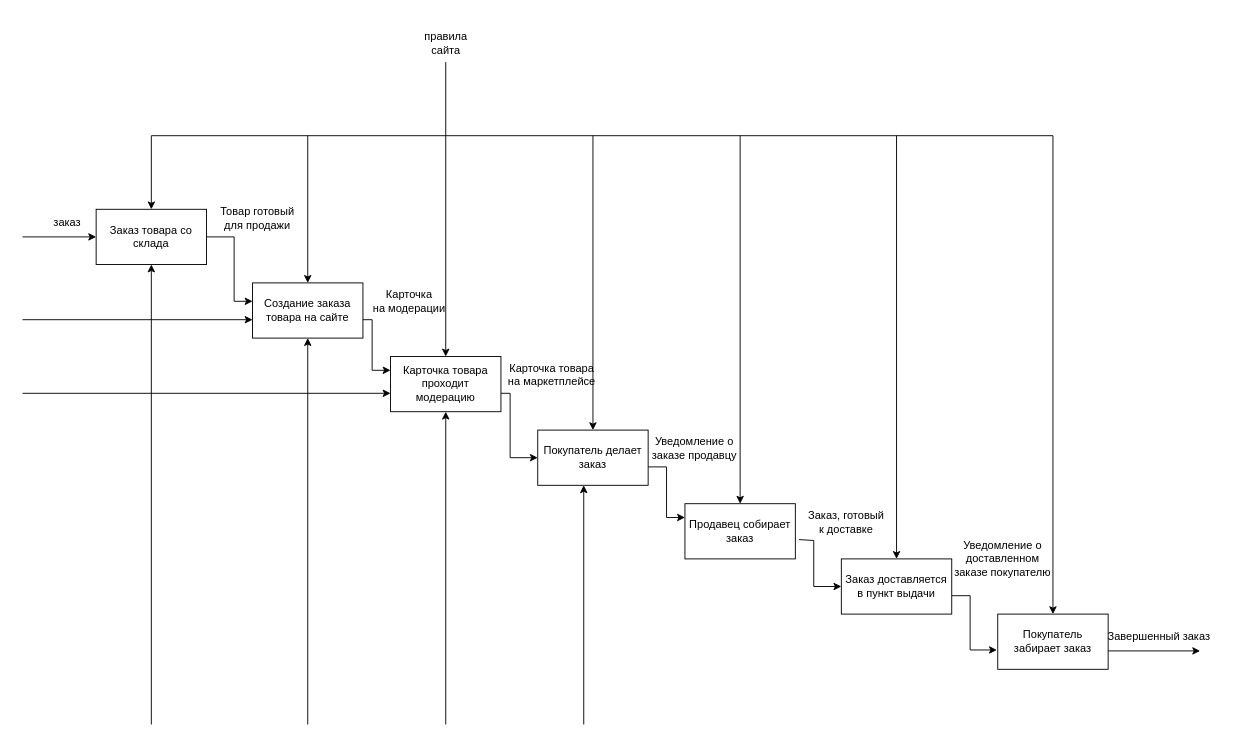
This is page "магазин чая" (3 of 3) of Диаграз названия.drawio from Ev0or/dontTouch, a draw.io file, before an edit. Source tidied: cells renumbered, new cells numbered last; positions are measured from the earlier drawing's top-left corner, leaving out a move shared by most shapes. Both pictures are drawn from the tidied source at 92%, with x=0, y=0 at pixel (22, 25).
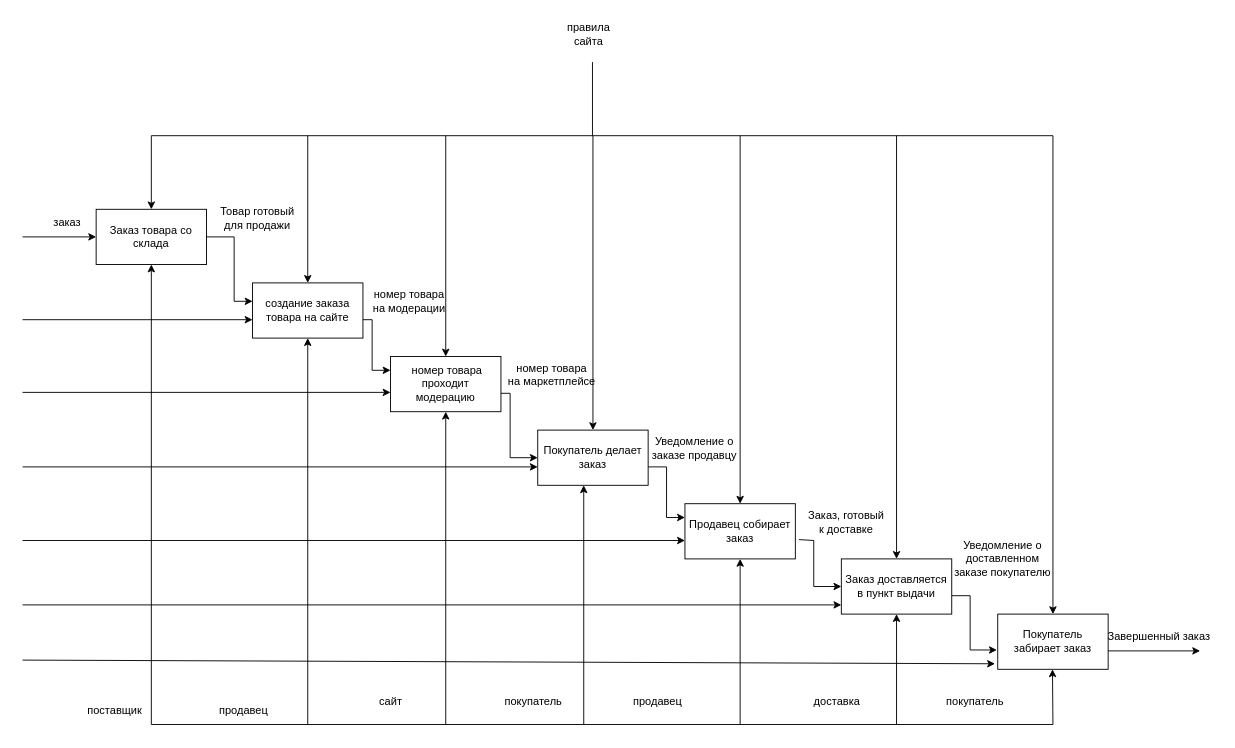
The same diagram, later.

The change refers to these unchanged cells:
```xml
<mxCell id="33" value="Покупатель забирает заказ" style="rounded=0;whiteSpace=wrap;html=1;" parent="1" vertex="1">
  <mxGeometry x="1060" y="640" width="120" height="60" as="geometry" />
</mxCell>
```

Diff of the diagram source:
```diff
@@
-    <mxCell id="3" value="Карточка товара проходит модерацию" style="rounded=0;whiteSpace=wrap;html=1;" parent="1" vertex="1">
+    <mxCell id="3" value="&amp;nbsp;номер товара проходит модерацию" style="rounded=0;whiteSpace=wrap;html=1;" parent="1" vertex="1">
       <mxGeometry x="400" y="360" width="120" height="60" as="geometry" />
     </mxCell>
@@
-    <mxCell id="5" value="Создание заказа товара на сайте" style="rounded=0;whiteSpace=wrap;html=1;" parent="1" vertex="1">
+    <mxCell id="5" value="создание заказа товара на сайте" style="rounded=0;whiteSpace=wrap;html=1;" parent="1" vertex="1">
       <mxGeometry x="250" y="280" width="120" height="60" as="geometry" />
     </mxCell>
@@
     <mxCell id="14" style="endArrow=classic;html=1;rounded=0;" parent="1" edge="1">
       <mxGeometry relative="1" as="geometry">
-        <mxPoint y="400" as="sourcePoint" />
-        <mxPoint x="400" y="400" as="targetPoint" />
+        <mxPoint y="399" as="sourcePoint" />
+        <mxPoint x="400" y="399" as="targetPoint" />
       </mxGeometry>
     </mxCell>
@@
     <mxCell id="23" style="endArrow=none;html=1;rounded=0;" parent="1" edge="1">
       <mxGeometry relative="1" as="geometry">
-        <mxPoint x="460" y="120" as="sourcePoint" />
-        <mxPoint x="460" y="40" as="targetPoint" />
+        <mxPoint x="619.5" y="120" as="sourcePoint" />
+        <mxPoint x="619.5" y="40" as="targetPoint" />
       </mxGeometry>
     </mxCell>
     <mxCell id="24" value="правила &lt;br&gt;сайта" style="text;html=1;align=center;verticalAlign=middle;strokeColor=none;fillColor=none;" parent="1" vertex="1">
-      <mxGeometry x="425" width="70" height="40" as="geometry" />
+      <mxGeometry x="580" y="-10" width="70" height="40" as="geometry" />
     </mxCell>
@@
-    <mxCell id="26" value="&lt;span style=&quot;&quot;&gt;Карточка &lt;br&gt;на модерации&lt;/span&gt;" style="text;html=1;align=center;verticalAlign=middle;strokeColor=none;fillColor=none;" parent="1" vertex="1">
+    <mxCell id="26" value="&lt;span style=&quot;&quot;&gt;номер товара&lt;br&gt;на модерации&lt;/span&gt;" style="text;html=1;align=center;verticalAlign=middle;strokeColor=none;fillColor=none;" parent="1" vertex="1">
       <mxGeometry x="370" y="280" width="100" height="40" as="geometry" />
     </mxCell>
@@
-    <mxCell id="28" value="&lt;span style=&quot;&quot;&gt;Карточка товара &lt;br&gt;на маркетплейсе&lt;/span&gt;" style="text;html=1;align=center;verticalAlign=middle;strokeColor=none;fillColor=none;" parent="1" vertex="1">
+    <mxCell id="28" value="&lt;span style=&quot;&quot;&gt;номер товара &lt;br&gt;на маркетплейсе&lt;/span&gt;" style="text;html=1;align=center;verticalAlign=middle;strokeColor=none;fillColor=none;" parent="1" vertex="1">
       <mxGeometry x="515" y="360" width="120" height="40" as="geometry" />
     </mxCell>
@@
+    <mxCell id="41" style="endArrow=classic;html=1;rounded=0;" parent="1" edge="1">
+      <mxGeometry relative="1" as="geometry">
+        <mxPoint x="780" y="760" as="sourcePoint" />
+        <mxPoint x="780" y="580" as="targetPoint" />
+      </mxGeometry>
+    </mxCell>
+    <mxCell id="42" style="endArrow=classic;html=1;rounded=0;" parent="1" edge="1">
+      <mxGeometry relative="1" as="geometry">
+        <mxPoint x="950" y="760" as="sourcePoint" />
+        <mxPoint x="950" y="640" as="targetPoint" />
+      </mxGeometry>
+    </mxCell>
+    <mxCell id="43" style="endArrow=classic;html=1;rounded=0;" parent="1" edge="1">
+      <mxGeometry relative="1" as="geometry">
+        <mxPoint x="1120" y="760" as="sourcePoint" />
+        <mxPoint x="1119.5" y="700" as="targetPoint" />
+      </mxGeometry>
+    </mxCell>
+    <mxCell id="44" style="endArrow=none;html=1;rounded=0;" parent="1" edge="1">
+      <mxGeometry relative="1" as="geometry">
+        <mxPoint x="140" y="760" as="sourcePoint" />
+        <mxPoint x="1120" y="760" as="targetPoint" />
+      </mxGeometry>
+    </mxCell>
+    <mxCell id="45" style="endArrow=classic;html=1;rounded=0;" parent="1" edge="1">
+      <mxGeometry relative="1" as="geometry">
+        <mxPoint y="480" as="sourcePoint" />
+        <mxPoint x="560" y="480" as="targetPoint" />
+      </mxGeometry>
+    </mxCell>
+    <mxCell id="46" style="endArrow=classic;html=1;rounded=0;" parent="1" edge="1">
+      <mxGeometry relative="1" as="geometry">
+        <mxPoint y="630" as="sourcePoint" />
+        <mxPoint x="890" y="630" as="targetPoint" />
+      </mxGeometry>
+    </mxCell>
+    <mxCell id="47" style="endArrow=classic;html=1;rounded=0;" parent="1" edge="1">
+      <mxGeometry relative="1" as="geometry">
+        <mxPoint y="560" as="sourcePoint" />
+        <mxPoint x="720" y="560" as="targetPoint" />
+      </mxGeometry>
+    </mxCell>
+    <mxCell id="48" style="endArrow=classic;html=1;rounded=0;entryX=-0.025;entryY=0.9;entryDx=0;entryDy=0;entryPerimeter=0;" parent="1" edge="1" target="33">
+      <mxGeometry relative="1" as="geometry">
+        <mxPoint y="690" as="sourcePoint" />
+      </mxGeometry>
+    </mxCell>
+    <mxCell id="49" value="поставщик" style="text;html=1;align=center;verticalAlign=middle;strokeColor=none;fillColor=none;" parent="1" vertex="1">
+      <mxGeometry x="60" y="730" width="80" height="30" as="geometry" />
+    </mxCell>
+    <mxCell id="50" value="продавец" style="text;html=1;align=center;verticalAlign=middle;strokeColor=none;fillColor=none;" parent="1" vertex="1">
+      <mxGeometry x="200" y="730" width="80" height="30" as="geometry" />
+    </mxCell>
+    <mxCell id="51" value="сайт" style="text;html=1;align=center;verticalAlign=middle;strokeColor=none;fillColor=none;" parent="1" vertex="1">
+      <mxGeometry x="375" y="720" width="50" height="30" as="geometry" />
+    </mxCell>
+    <mxCell id="52" value="покупатель" style="text;html=1;align=center;verticalAlign=middle;strokeColor=none;fillColor=none;" parent="1" vertex="1">
+      <mxGeometry x="510" y="720" width="90" height="30" as="geometry" />
+    </mxCell>
+    <mxCell id="53" value="продавец" style="text;html=1;align=center;verticalAlign=middle;strokeColor=none;fillColor=none;" parent="1" vertex="1">
+      <mxGeometry x="650" y="720" width="80" height="30" as="geometry" />
+    </mxCell>
+    <mxCell id="54" value="доставка" style="text;html=1;align=center;verticalAlign=middle;strokeColor=none;fillColor=none;" parent="1" vertex="1">
+      <mxGeometry x="850" y="720" width="70" height="30" as="geometry" />
+    </mxCell>
+    <mxCell id="55" value="покупатель" style="text;html=1;align=center;verticalAlign=middle;strokeColor=none;fillColor=none;" parent="1" vertex="1">
+      <mxGeometry x="990" y="720" width="90" height="30" as="geometry" />
+    </mxCell>
```
